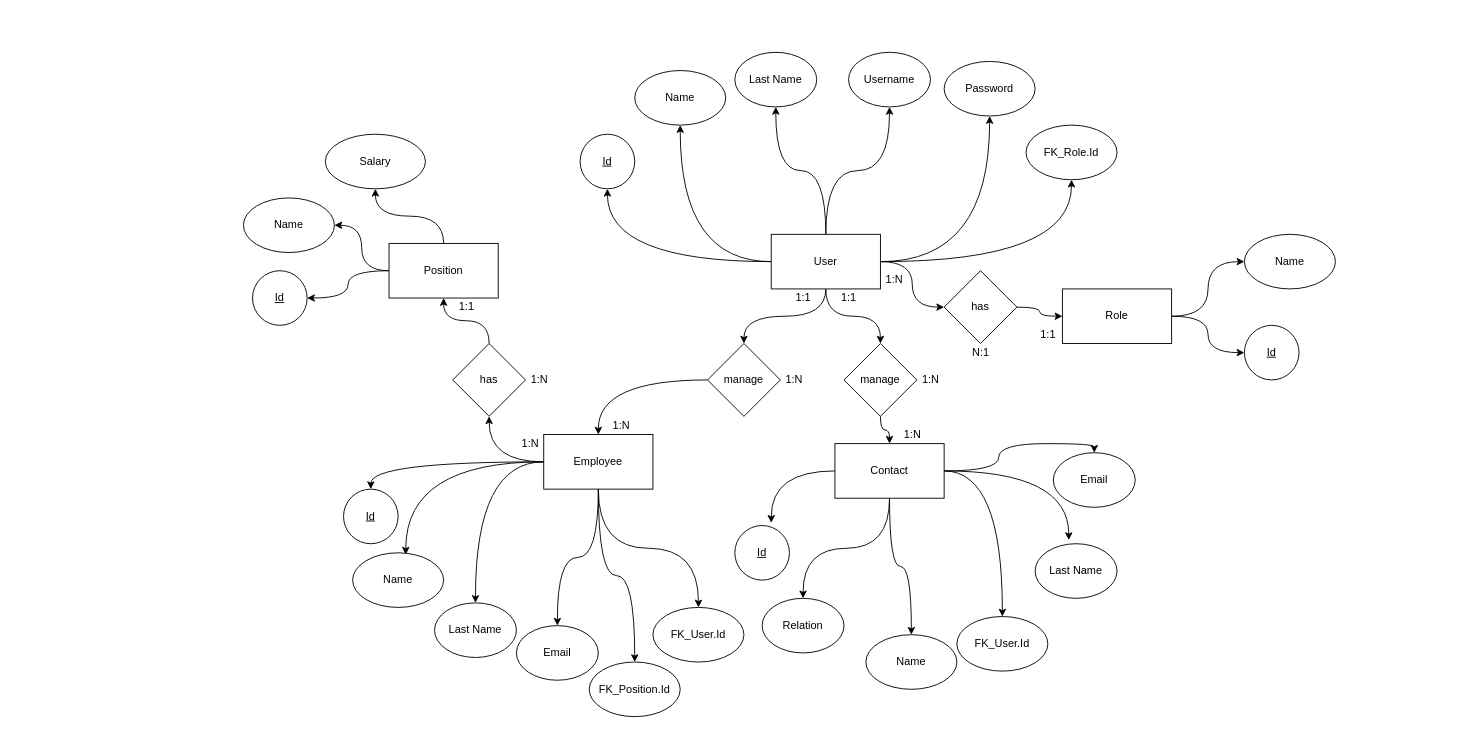
The draw.io diagram der.drawio in daniel-medrano/crm_web, before the edit. Source tidied: cells renumbered, new cells numbered last; positions are measured from the earlier drawing's top-left corner, leaving out a move shared by most shapes. Both pictures are drawn from the tidied source at 91%, with x=0, y=0 at pixel (243, 52).
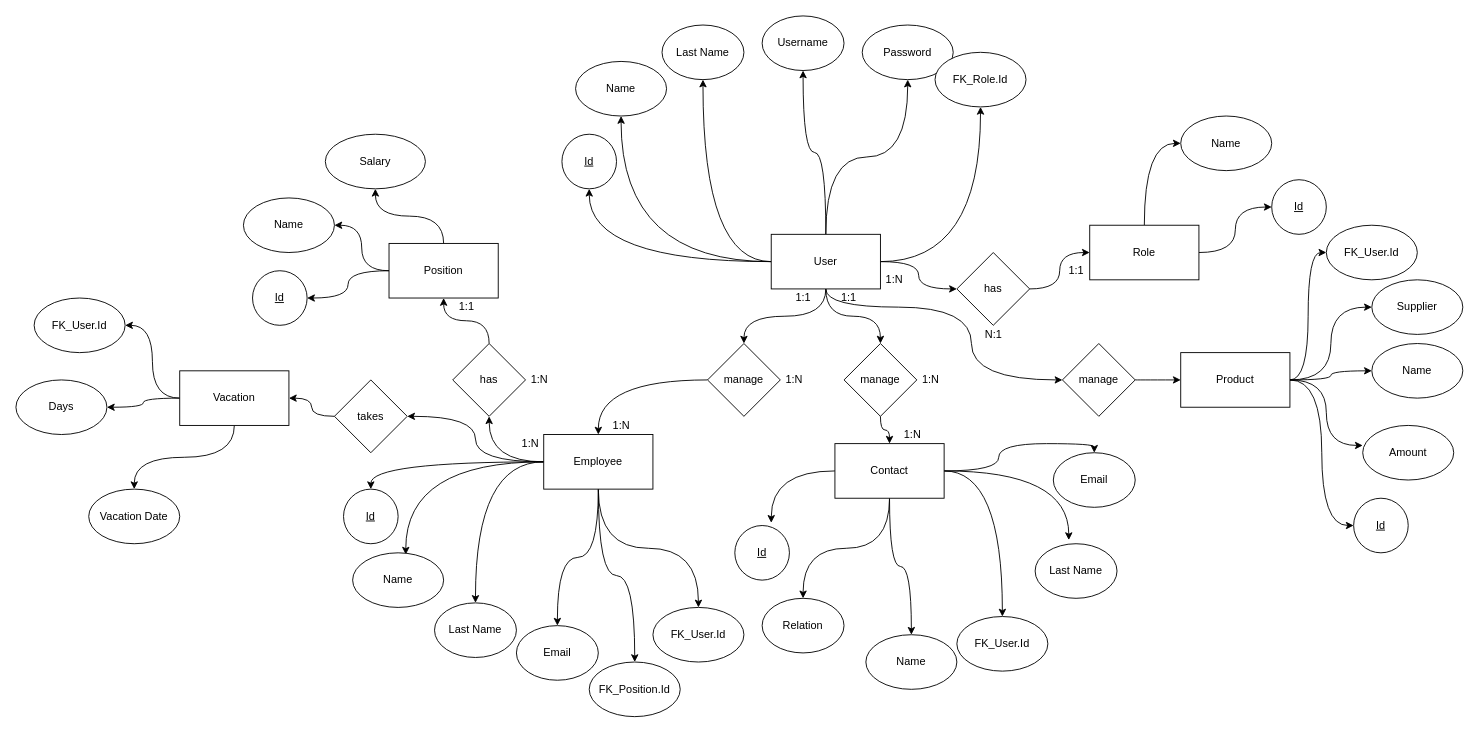
Above is the later version.

The change refers to these unchanged cells:
```xml
<mxCell id="11" value="User" style="whiteSpace=wrap;html=1;" parent="1" vertex="1">
  <mxGeometry x="580" y="200" width="120" height="60" as="geometry" />
</mxCell>
<mxCell id="41" value="Employee" style="whiteSpace=wrap;html=1;" parent="1" vertex="1">
  <mxGeometry x="330" y="420" width="120" height="60" as="geometry" />
</mxCell>
```

The edit, as a diff of the source:
```diff
@@
+    <mxCell id="81" style="edgeStyle=orthogonalEdgeStyle;curved=1;html=1;entryX=0;entryY=0.5;entryDx=0;entryDy=0;" parent="1" edge="1" source="11" target="93">
+      <mxGeometry relative="1" as="geometry">
+        <Array as="points">
+          <mxPoint x="640" y="280" />
+          <mxPoint x="800" y="280" />
+          <mxPoint x="800" y="360" />
+        </Array>
+      </mxGeometry>
+    </mxCell>
@@
     <mxCell id="20" value="Id" style="ellipse;whiteSpace=wrap;html=1;fontStyle=4;" parent="1" vertex="1">
-      <mxGeometry x="370" y="90" width="60" height="60" as="geometry" />
+      <mxGeometry x="350" y="90" width="60" height="60" as="geometry" />
     </mxCell>
     <mxCell id="21" value="Name" style="ellipse;whiteSpace=wrap;html=1;" parent="1" vertex="1">
-      <mxGeometry x="430" y="20" width="100" height="60" as="geometry" />
+      <mxGeometry x="365" y="10" width="100" height="60" as="geometry" />
     </mxCell>
     <mxCell id="22" value="Last Name" style="ellipse;whiteSpace=wrap;html=1;" parent="1" vertex="1">
-      <mxGeometry x="540" width="90" height="60" as="geometry" />
+      <mxGeometry x="460" y="-30" width="90" height="60" as="geometry" />
     </mxCell>
     <mxCell id="23" value="Username" style="ellipse;whiteSpace=wrap;html=1;" parent="1" vertex="1">
-      <mxGeometry x="665" width="90" height="60" as="geometry" />
+      <mxGeometry x="570" y="-40" width="90" height="60" as="geometry" />
     </mxCell>
     <mxCell id="24" value="Password" style="ellipse;whiteSpace=wrap;html=1;" parent="1" vertex="1">
-      <mxGeometry x="770" y="10" width="100" height="60" as="geometry" />
+      <mxGeometry x="680" y="-30" width="100" height="60" as="geometry" />
     </mxCell>
@@
+    <mxCell id="82" style="edgeStyle=orthogonalEdgeStyle;html=1;entryX=1;entryY=0.5;entryDx=0;entryDy=0;curved=1;" parent="1" edge="1" source="41" target="84">
+      <mxGeometry relative="1" as="geometry" />
+    </mxCell>
@@
     <mxCell id="66" value="Role" style="whiteSpace=wrap;html=1;" parent="1" vertex="1">
-      <mxGeometry x="900" y="260" width="120" height="60" as="geometry" />
+      <mxGeometry x="930" y="190" width="120" height="60" as="geometry" />
     </mxCell>
     <mxCell id="67" value="Id" style="ellipse;whiteSpace=wrap;html=1;fontStyle=4;" parent="1" vertex="1">
-      <mxGeometry x="1100" y="300" width="60" height="60" as="geometry" />
+      <mxGeometry x="1130" y="140" width="60" height="60" as="geometry" />
     </mxCell>
     <mxCell id="68" value="Name" style="ellipse;whiteSpace=wrap;html=1;" parent="1" vertex="1">
-      <mxGeometry x="1100" y="200" width="100" height="60" as="geometry" />
+      <mxGeometry x="1030" y="70" width="100" height="60" as="geometry" />
     </mxCell>
@@
     <mxCell id="70" value="FK_Role.Id" style="ellipse;whiteSpace=wrap;html=1;" parent="1" vertex="1">
-      <mxGeometry x="860" y="80" width="100" height="60" as="geometry" />
+      <mxGeometry x="760" width="100" height="60" as="geometry" />
     </mxCell>
@@
     <mxCell id="76" value="1:1" style="text;html=1;align=center;verticalAlign=middle;strokeColor=none;fillColor=none;" parent="1" vertex="1">
-      <mxGeometry x="869" y="300" width="30" height="20" as="geometry" />
+      <mxGeometry x="900" y="230" width="30" height="20" as="geometry" />
     </mxCell>
@@
     <mxCell id="78" style="group;" parent="1" vertex="1">
-      <mxGeometry x="770" y="240" width="80" height="100" as="geometry" />
+      <mxGeometry x="784" y="220" width="80" height="100" as="geometry" />
     </mxCell>
@@
+    <mxCell id="83" style="edgeStyle=orthogonalEdgeStyle;curved=1;html=1;entryX=1;entryY=0.5;entryDx=0;entryDy=0;" parent="1" edge="1" source="84" target="88">
+      <mxGeometry relative="1" as="geometry" />
+    </mxCell>
+    <mxCell id="84" value="takes" style="rhombus;whiteSpace=wrap;html=1;" parent="1" vertex="1">
+      <mxGeometry x="100" y="360" width="80" height="80" as="geometry" />
+    </mxCell>
+    <mxCell id="85" style="edgeStyle=orthogonalEdgeStyle;curved=1;html=1;entryX=1;entryY=0.5;entryDx=0;entryDy=0;" parent="1" edge="1" source="88" target="89">
+      <mxGeometry relative="1" as="geometry" />
+    </mxCell>
+    <mxCell id="86" style="edgeStyle=orthogonalEdgeStyle;curved=1;html=1;" parent="1" edge="1" source="88" target="90">
+      <mxGeometry relative="1" as="geometry" />
+    </mxCell>
+    <mxCell id="87" style="edgeStyle=orthogonalEdgeStyle;curved=1;html=1;" parent="1" edge="1" source="88" target="91">
+      <mxGeometry relative="1" as="geometry" />
+    </mxCell>
+    <mxCell id="88" value="Vacation" style="whiteSpace=wrap;html=1;" parent="1" vertex="1">
+      <mxGeometry x="-70" y="350" width="120" height="60" as="geometry" />
+    </mxCell>
+    <mxCell id="89" value="FK_User.Id" style="ellipse;whiteSpace=wrap;html=1;" parent="1" vertex="1">
+      <mxGeometry x="-230" y="270" width="100" height="60" as="geometry" />
+    </mxCell>
+    <mxCell id="90" value="Days" style="ellipse;whiteSpace=wrap;html=1;" parent="1" vertex="1">
+      <mxGeometry x="-250" y="360" width="100" height="60" as="geometry" />
+    </mxCell>
+    <mxCell id="91" value="Vacation Date" style="ellipse;whiteSpace=wrap;html=1;" parent="1" vertex="1">
+      <mxGeometry x="-170" y="480" width="100" height="60" as="geometry" />
+    </mxCell>
+    <mxCell id="92" style="edgeStyle=orthogonalEdgeStyle;curved=1;html=1;entryX=0;entryY=0.5;entryDx=0;entryDy=0;" parent="1" edge="1" source="93" target="99">
+      <mxGeometry relative="1" as="geometry" />
+    </mxCell>
+    <mxCell id="93" value="manage" style="rhombus;whiteSpace=wrap;html=1;" parent="1" vertex="1">
+      <mxGeometry x="900" y="320" width="80" height="80" as="geometry" />
+    </mxCell>
+    <mxCell id="94" style="edgeStyle=orthogonalEdgeStyle;curved=1;html=1;entryX=0;entryY=0.5;entryDx=0;entryDy=0;" parent="1" edge="1" source="99" target="100">
+      <mxGeometry relative="1" as="geometry" />
+    </mxCell>
+    <mxCell id="95" style="edgeStyle=orthogonalEdgeStyle;curved=1;html=1;entryX=0;entryY=0.5;entryDx=0;entryDy=0;" parent="1" edge="1" source="99" target="101">
+      <mxGeometry relative="1" as="geometry" />
+    </mxCell>
+    <mxCell id="96" style="edgeStyle=orthogonalEdgeStyle;curved=1;html=1;entryX=0;entryY=0.367;entryDx=0;entryDy=0;entryPerimeter=0;" parent="1" edge="1" source="99" target="102">
+      <mxGeometry relative="1" as="geometry" />
+    </mxCell>
+    <mxCell id="97" style="edgeStyle=orthogonalEdgeStyle;curved=1;html=1;entryX=0;entryY=0.5;entryDx=0;entryDy=0;" parent="1" edge="1" source="99" target="103">
+      <mxGeometry relative="1" as="geometry" />
+    </mxCell>
+    <mxCell id="98" style="edgeStyle=orthogonalEdgeStyle;curved=1;html=1;entryX=0;entryY=0.5;entryDx=0;entryDy=0;" parent="1" edge="1" source="99" target="104">
+      <mxGeometry relative="1" as="geometry" />
+    </mxCell>
+    <mxCell id="99" value="Product" style="whiteSpace=wrap;html=1;" parent="1" vertex="1">
+      <mxGeometry x="1030" y="330" width="120" height="60" as="geometry" />
+    </mxCell>
+    <mxCell id="100" value="FK_User.Id" style="ellipse;whiteSpace=wrap;html=1;" parent="1" vertex="1">
+      <mxGeometry x="1190" y="190" width="100" height="60" as="geometry" />
+    </mxCell>
+    <mxCell id="101" value="Name" style="ellipse;whiteSpace=wrap;html=1;" parent="1" vertex="1">
+      <mxGeometry x="1240" y="320" width="100" height="60" as="geometry" />
+    </mxCell>
+    <mxCell id="102" value="Amount" style="ellipse;whiteSpace=wrap;html=1;" parent="1" vertex="1">
+      <mxGeometry x="1230" y="410" width="100" height="60" as="geometry" />
+    </mxCell>
+    <mxCell id="103" value="Id" style="ellipse;whiteSpace=wrap;html=1;fontStyle=4;" parent="1" vertex="1">
+      <mxGeometry x="1220" y="490" width="60" height="60" as="geometry" />
+    </mxCell>
+    <mxCell id="104" value="Supplier" style="ellipse;whiteSpace=wrap;html=1;" parent="1" vertex="1">
+      <mxGeometry x="1240" y="250" width="100" height="60" as="geometry" />
+    </mxCell>
```
